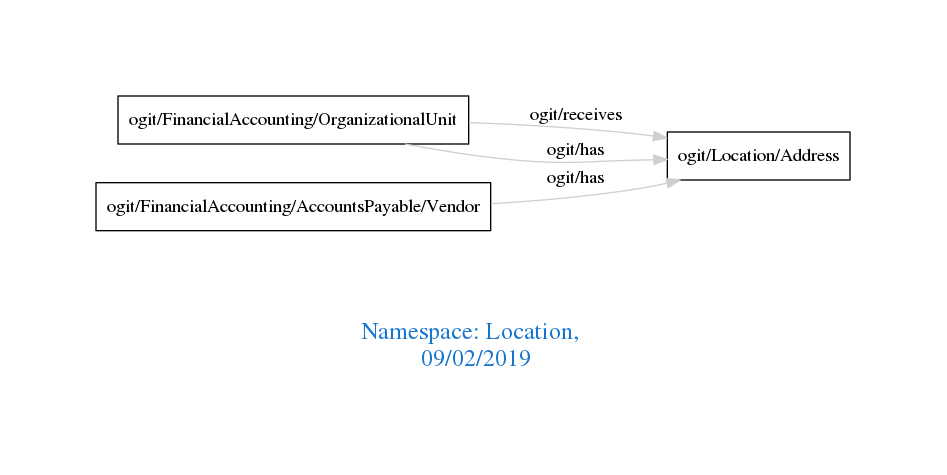
arago/OGIT keeps this Graphviz diagram as downloads/Location.png. Above is the earlier version. Its source is kept beside it as downloads/Location.dot.
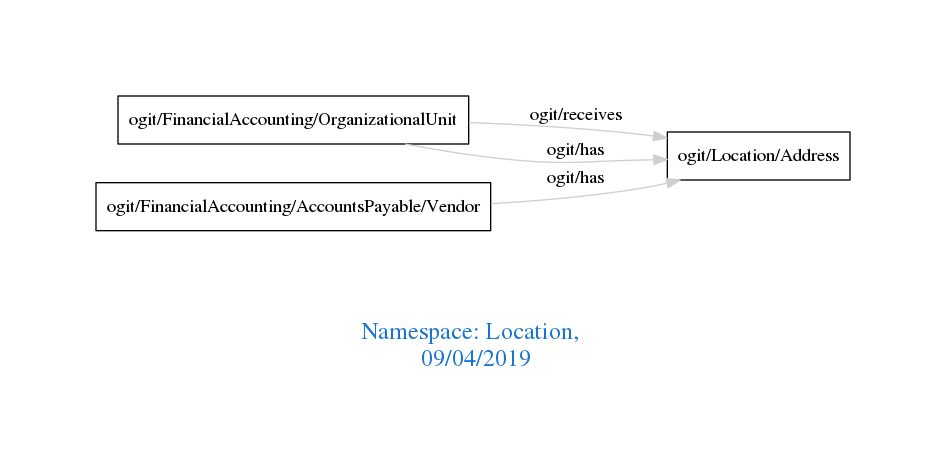
Later version of the same file.

The edit, as a diff of the source:
```diff
@@ -1,7 +1,7 @@
 digraph OGIT_ontology {
  graph [ rankdir= LR,pad=1
 fontsize = 18,
-fontcolor= dodgerblue3,label = "\n\n\nNamespace: Location, \n 09/02/2019"];
+fontcolor= dodgerblue3,label = "\n\n\nNamespace: Location, \n 09/04/2019"];
 node[shape=polygon];
 edge [  color="gray81"];
 
```
